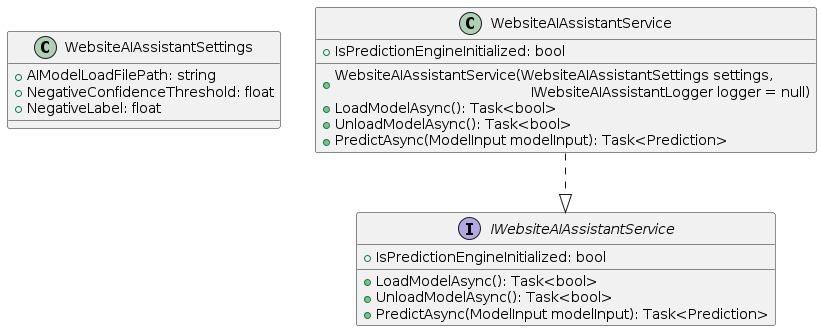
Above: Docs/WebsiteAIAssistantService.png in VeritasSoftware/WebsiteAIAssistant (PlantUML), before the change.
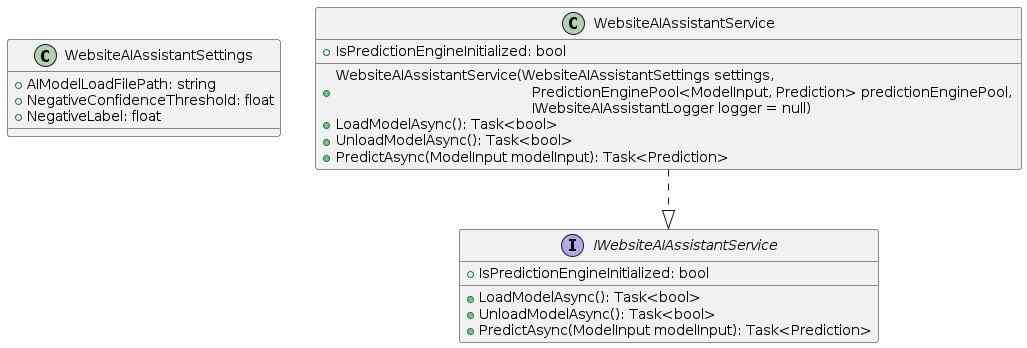
After the commit.

Commit message:
updated class diagram.

Diff of the diagram source:
```diff
@@ -17,7 +17,7 @@
 class WebsiteAIAssistantService
 {
   + IsPredictionEngineInitialized: bool
-  + WebsiteAIAssistantService(WebsiteAIAssistantSettings settings, \n \t \t  \t \t \t \t IWebsiteAIAssistantLogger logger = null)
+  + WebsiteAIAssistantService(WebsiteAIAssistantSettings settings, \n \t \t  \t \t \t \t PredictionEnginePool<ModelInput, Prediction> predictionEnginePool, \n \t \t  \t \t \t \t IWebsiteAIAssistantLogger logger = null)
   + LoadModelAsync(): Task<bool>
   + UnloadModelAsync(): Task<bool>
   + PredictAsync(ModelInput modelInput): Task<Prediction>
```
